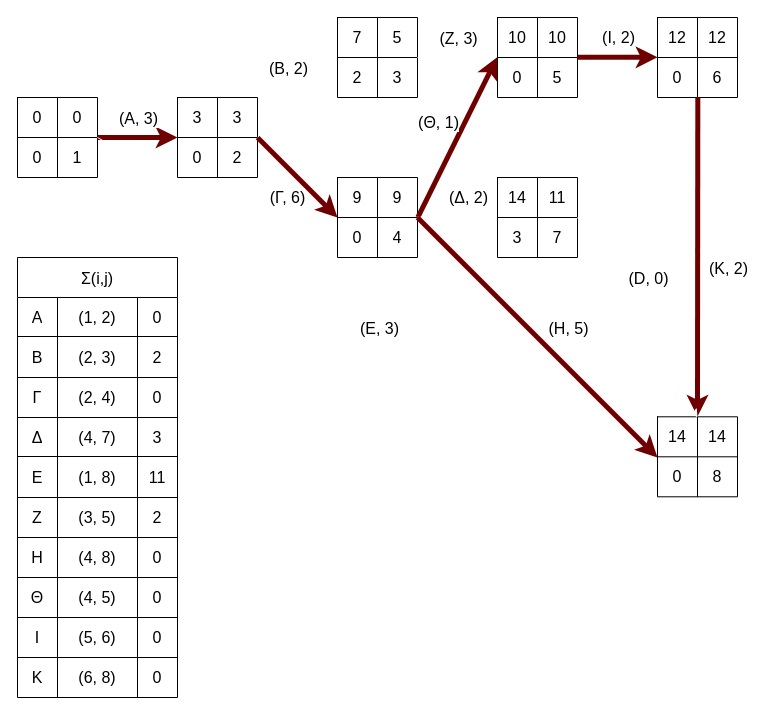
The draw.io diagram Business Research and Intelligence Projects/project 2/task 5.drawio in asimakiskydros/University-Projects, before the edit. Source tidied: cells renumbered, new cells numbered last; positions are measured from the earlier drawing's top-left corner, leaving out a move shared by most shapes. Both pictures are drawn from the tidied source at 100%, with x=0, y=0 at pixel (17, 17).
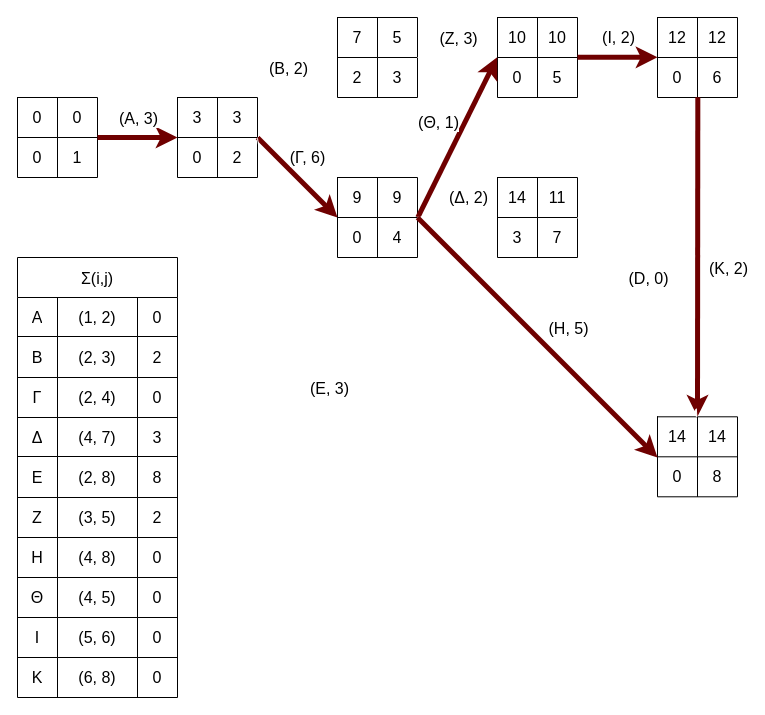
The same page after the edit.

The change refers to these unchanged cells:
```xml
<mxCell id="15" style="shape=tableRow;horizontal=0;startSize=0;swimlaneHead=0;swimlaneBody=0;strokeColor=inherit;top=0;left=0;bottom=0;right=0;fillColor=none;points=[[0,0.5],[1,0.5]];portConstraint=eastwest;fontSize=16;" parent="11" vertex="1">
  <mxGeometry y="40" width="80" height="40" as="geometry" />
</mxCell>
<mxCell id="18" style="endArrow=classic;html=1;rounded=0;fillColor=#a20025;strokeColor=#6F0000;strokeWidth=5;" parent="1" edge="1">
  <mxGeometry relative="1" as="geometry">
    <mxPoint x="240" y="120" as="sourcePoint" />
    <mxPoint x="320" y="200" as="targetPoint" />
  </mxGeometry>
</mxCell>
<mxCell id="57" style="shape=tableRow;horizontal=0;startSize=0;swimlaneHead=0;swimlaneBody=0;strokeColor=inherit;top=0;left=0;bottom=0;right=0;fillColor=none;points=[[0,0.5],[1,0.5]];portConstraint=eastwest;fontSize=16;" parent="56" vertex="1">
  <mxGeometry width="80" height="40" as="geometry" />
</mxCell>
<mxCell id="97" style="shape=tableRow;horizontal=0;startSize=0;swimlaneHead=0;swimlaneBody=0;strokeColor=inherit;top=0;left=0;bottom=0;right=0;fillColor=none;fontSize=16;" parent="80" vertex="1">
  <mxGeometry y="199" width="160" height="41" as="geometry" />
</mxCell>
```

Diff of the diagram source:
```diff
@@
     <mxCell id="19" value="&lt;span style=&quot;font-size: 16px;&quot;&gt;(Γ, 6)&lt;/span&gt;" style="edgeLabel;html=1;align=center;verticalAlign=middle;" parent="18" vertex="1">
       <mxGeometry x="0.28" y="1" relative="1" as="geometry">
-        <mxPoint x="-22" y="9" as="offset" />
+        <mxPoint x="-2" y="-31" as="offset" />
       </mxGeometry>
     </mxCell>
@@
-    <mxCell id="65" style="endArrow=classic;html=1;rounded=0;fillColor=#a20025;strokeColor=#FFFFFF;strokeWidth=1;entryX=0.001;entryY=0.998;entryDx=0;entryDy=0;entryPerimeter=0;" parent="1" edge="1" target="57">
+    <mxCell id="65" style="endArrow=classic;html=1;rounded=0;fillColor=#a20025;strokeColor=#FFFFFF;strokeWidth=1;entryX=0.001;entryY=0.998;entryDx=0;entryDy=0;entryPerimeter=0;exitX=1;exitY=0.017;exitDx=0;exitDy=0;exitPerimeter=0;" parent="1" edge="1" source="15" target="57">
       <mxGeometry relative="1" as="geometry">
-        <mxPoint x="80" y="120" as="sourcePoint" />
+        <Array as="points">
+          <mxPoint x="280" y="390" />
+        </Array>
       </mxGeometry>
     </mxCell>
     <mxCell id="66" value="&lt;span style=&quot;font-size: 16px;&quot;&gt;(Ε, 3)&lt;/span&gt;" style="edgeLabel;html=1;align=center;verticalAlign=middle;" parent="65" vertex="1">
       <mxGeometry x="0.28" y="1" relative="1" as="geometry">
-        <mxPoint x="-78" y="-13" as="offset" />
+        <mxPoint x="-102" y="-37" as="offset" />
       </mxGeometry>
     </mxCell>
@@
-    <mxCell id="99" value="(1, 8)" style="shape=partialRectangle;html=1;whiteSpace=wrap;strokeColor=inherit;overflow=hidden;fillColor=none;top=0;left=0;bottom=0;right=0;fontSize=16;" parent="97" vertex="1">
+    <mxCell id="99" value="(2, 8)" style="shape=partialRectangle;html=1;whiteSpace=wrap;strokeColor=inherit;overflow=hidden;fillColor=none;top=0;left=0;bottom=0;right=0;fontSize=16;" parent="97" vertex="1">
       <mxGeometry x="40" width="80" height="41" as="geometry" />
     </mxCell>
-    <mxCell id="100" value="11" style="shape=partialRectangle;html=1;whiteSpace=wrap;strokeColor=inherit;overflow=hidden;fillColor=none;top=0;left=0;bottom=0;right=0;fontSize=16;" parent="97" vertex="1">
+    <mxCell id="100" value="8" style="shape=partialRectangle;html=1;whiteSpace=wrap;strokeColor=inherit;overflow=hidden;fillColor=none;top=0;left=0;bottom=0;right=0;fontSize=16;" parent="97" vertex="1">
       <mxGeometry x="120" width="40" height="41" as="geometry" />
     </mxCell>
```
